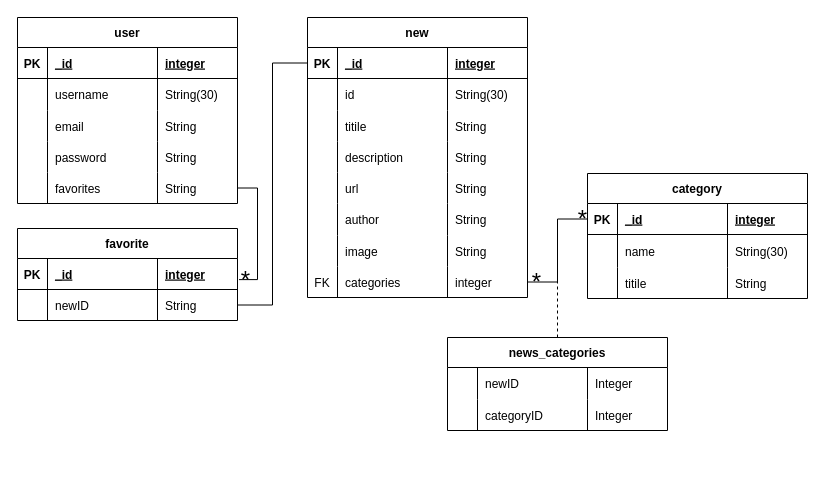
This is documentation/diagrama/diagrama NewsProject.drawio from Camilo-845/News_Project, a draw.io file, before an edit. Source tidied: cells renumbered, new cells numbered last; positions are measured from the earlier drawing's top-left corner, leaving out a move shared by most shapes. Both pictures are drawn from the tidied source at 100%, with x=0, y=0 at pixel (17, 17).
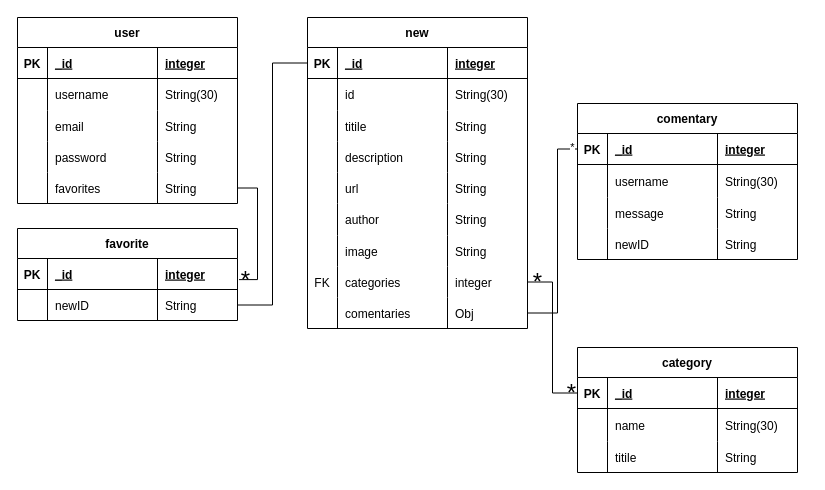
Above is the later version.

What changed in the source:
```diff
@@
     <mxCell id="2" value="new" style="shape=table;startSize=30;childLayout=tableLayout;rowLines=0;fontStyle=1;align=center;" parent="1" vertex="1">
-      <mxGeometry x="290" width="220" height="280" as="geometry" />
+      <mxGeometry x="290" width="220" height="311" as="geometry" />
     </mxCell>
@@
+    <mxCell id="94" style="shape=tableRow;horizontal=0;startSize=0;swimlaneHead=0;swimlaneBody=0;fillColor=none;points=[[0,0.5],[1,0.5]];portConstraint=eastwest;top=0;left=0;right=0;bottom=0;" parent="2" vertex="1">
+      <mxGeometry y="280" width="220" height="31" as="geometry" />
+    </mxCell>
+    <mxCell id="95" style="shape=partialRectangle;fillColor=none;top=0;left=0;bottom=0;right=0;overflow=hidden;" parent="94" vertex="1">
+      <mxGeometry width="30" height="31" as="geometry" />
+    </mxCell>
+    <mxCell id="96" value="comentaries" style="shape=partialRectangle;fillColor=none;top=0;left=0;bottom=0;right=0;align=left;spacingLeft=6;overflow=hidden;" parent="94" vertex="1">
+      <mxGeometry x="30" width="110" height="31" as="geometry" />
+    </mxCell>
+    <mxCell id="97" value="Obj" style="shape=partialRectangle;fillColor=none;top=0;left=0;bottom=0;right=0;align=left;spacingLeft=6;overflow=hidden;" parent="94" vertex="1">
+      <mxGeometry x="140" width="80" height="31" as="geometry" />
+    </mxCell>
     <mxCell id="35" value="category" style="shape=table;startSize=30;childLayout=tableLayout;rowLines=0;fontStyle=1;align=center;" parent="1" vertex="1">
-      <mxGeometry x="570" y="156" width="220" height="125" as="geometry" />
+      <mxGeometry x="560" y="330" width="220" height="125" as="geometry" />
     </mxCell>
@@
-    <mxCell id="48" style="edgeStyle=orthogonalEdgeStyle;rounded=0;jettySize=auto;html=1;exitX=0.5;exitY=0;exitDx=0;exitDy=0;fontSize=24;endArrow=none;endFill=0;dashed=1;" parent="1" edge="1" source="49">
-      <mxGeometry relative="1" as="geometry">
-        <mxPoint x="540" y="260" as="targetPoint" />
-      </mxGeometry>
-    </mxCell>
-    <mxCell id="49" value="news_categories" style="shape=table;startSize=30;childLayout=tableLayout;rowLines=0;fontStyle=1;align=center;" parent="1" vertex="1">
-      <mxGeometry x="430" y="320" width="220" height="93" as="geometry" />
-    </mxCell>
-    <mxCell id="50" style="shape=tableRow;horizontal=0;startSize=0;swimlaneHead=0;swimlaneBody=0;fillColor=none;top=0;left=0;right=0;bottom=0;" parent="49" vertex="1">
-      <mxGeometry y="30" width="220" height="32" as="geometry" />
-    </mxCell>
-    <mxCell id="51" style="shape=partialRectangle;fillColor=none;top=0;left=0;bottom=0;right=0;overflow=hidden;" parent="50" vertex="1">
-      <mxGeometry width="30" height="32" as="geometry" />
-    </mxCell>
-    <mxCell id="52" value="newID" style="shape=partialRectangle;fillColor=none;top=0;left=0;bottom=0;right=0;align=left;spacingLeft=6;overflow=hidden;" parent="50" vertex="1">
-      <mxGeometry x="30" width="110" height="32" as="geometry" />
-    </mxCell>
-    <mxCell id="53" value="Integer" style="shape=partialRectangle;fillColor=none;top=0;left=0;bottom=0;right=0;align=left;spacingLeft=6;overflow=hidden;" parent="50" vertex="1">
-      <mxGeometry x="140" width="80" height="32" as="geometry" />
-    </mxCell>
-    <mxCell id="54" style="shape=tableRow;horizontal=0;startSize=0;swimlaneHead=0;swimlaneBody=0;fillColor=none;top=0;left=0;right=0;bottom=0;" parent="49" vertex="1">
-      <mxGeometry y="62" width="220" height="31" as="geometry" />
-    </mxCell>
-    <mxCell id="55" style="shape=partialRectangle;fillColor=none;top=0;left=0;bottom=0;right=0;overflow=hidden;" parent="54" vertex="1">
-      <mxGeometry width="30" height="31" as="geometry" />
-    </mxCell>
-    <mxCell id="56" value="categoryID" style="shape=partialRectangle;fillColor=none;top=0;left=0;bottom=0;right=0;align=left;spacingLeft=6;overflow=hidden;" parent="54" vertex="1">
-      <mxGeometry x="30" width="110" height="31" as="geometry" />
-    </mxCell>
-    <mxCell id="57" value="Integer" style="shape=partialRectangle;fillColor=none;top=0;left=0;bottom=0;right=0;align=left;spacingLeft=6;overflow=hidden;" parent="54" vertex="1">
-      <mxGeometry x="140" width="80" height="31" as="geometry" />
-    </mxCell>
@@
+    <mxCell id="98" value="comentary" style="shape=table;startSize=30;childLayout=tableLayout;rowLines=0;fontStyle=1;align=center;" parent="1" vertex="1">
+      <mxGeometry x="560" y="86" width="220" height="156" as="geometry" />
+    </mxCell>
+    <mxCell id="99" style="shape=tableRow;horizontal=0;startSize=0;swimlaneHead=0;swimlaneBody=0;fillColor=none;points=[[0,0.5],[1,0.5]];portConstraint=eastwest;top=0;left=0;right=0;bottom=1;" parent="98" vertex="1">
+      <mxGeometry y="30" width="220" height="31" as="geometry" />
+    </mxCell>
+    <mxCell id="100" value="PK" style="shape=partialRectangle;fillColor=none;top=0;left=0;bottom=0;right=0;fontStyle=1;overflow=hidden;" parent="99" vertex="1">
+      <mxGeometry width="30" height="31" as="geometry" />
+    </mxCell>
+    <mxCell id="101" value="_id" style="shape=partialRectangle;fillColor=none;top=0;left=0;bottom=0;right=0;align=left;spacingLeft=6;fontStyle=5;overflow=hidden;" parent="99" vertex="1">
+      <mxGeometry x="30" width="110" height="31" as="geometry" />
+    </mxCell>
+    <mxCell id="102" value="integer" style="shape=partialRectangle;fillColor=none;top=0;left=0;bottom=0;right=0;align=left;spacingLeft=6;fontStyle=5;overflow=hidden;" parent="99" vertex="1">
+      <mxGeometry x="140" width="80" height="31" as="geometry" />
+    </mxCell>
+    <mxCell id="103" style="shape=tableRow;horizontal=0;startSize=0;swimlaneHead=0;swimlaneBody=0;fillColor=none;top=0;left=0;right=0;bottom=0;" parent="98" vertex="1">
+      <mxGeometry y="61" width="220" height="33" as="geometry" />
+    </mxCell>
+    <mxCell id="104" style="shape=partialRectangle;fillColor=none;top=0;left=0;bottom=0;right=0;overflow=hidden;" parent="103" vertex="1">
+      <mxGeometry width="30" height="33" as="geometry" />
+    </mxCell>
+    <mxCell id="105" value="username" style="shape=partialRectangle;fillColor=none;top=0;left=0;bottom=0;right=0;align=left;spacingLeft=6;overflow=hidden;" parent="103" vertex="1">
+      <mxGeometry x="30" width="110" height="33" as="geometry" />
+    </mxCell>
+    <mxCell id="106" value="String(30)" style="shape=partialRectangle;fillColor=none;top=0;left=0;bottom=0;right=0;align=left;spacingLeft=6;overflow=hidden;" parent="103" vertex="1">
+      <mxGeometry x="140" width="80" height="33" as="geometry" />
+    </mxCell>
+    <mxCell id="107" style="shape=tableRow;horizontal=0;startSize=0;swimlaneHead=0;swimlaneBody=0;fillColor=none;top=0;left=0;right=0;bottom=0;" parent="98" vertex="1">
+      <mxGeometry y="94" width="220" height="31" as="geometry" />
+    </mxCell>
+    <mxCell id="108" style="shape=partialRectangle;fillColor=none;top=0;left=0;bottom=0;right=0;overflow=hidden;" parent="107" vertex="1">
+      <mxGeometry width="30" height="31" as="geometry" />
+    </mxCell>
+    <mxCell id="109" value="message" style="shape=partialRectangle;fillColor=none;top=0;left=0;bottom=0;right=0;align=left;spacingLeft=6;overflow=hidden;" parent="107" vertex="1">
+      <mxGeometry x="30" width="110" height="31" as="geometry" />
+    </mxCell>
+    <mxCell id="110" value="String" style="shape=partialRectangle;fillColor=none;top=0;left=0;bottom=0;right=0;align=left;spacingLeft=6;overflow=hidden;" parent="107" vertex="1">
+      <mxGeometry x="140" width="80" height="31" as="geometry" />
+    </mxCell>
+    <mxCell id="111" style="shape=tableRow;horizontal=0;startSize=0;swimlaneHead=0;swimlaneBody=0;fillColor=none;top=0;left=0;right=0;bottom=0;" parent="98" vertex="1">
+      <mxGeometry y="125" width="220" height="31" as="geometry" />
+    </mxCell>
+    <mxCell id="112" style="shape=partialRectangle;fillColor=none;top=0;left=0;bottom=0;right=0;overflow=hidden;" parent="111" vertex="1">
+      <mxGeometry width="30" height="31" as="geometry" />
+    </mxCell>
+    <mxCell id="52" value="newID" style="shape=partialRectangle;fillColor=none;top=0;left=0;bottom=0;right=0;align=left;spacingLeft=6;overflow=hidden;" parent="111" vertex="1">
+      <mxGeometry x="30" width="110" height="31" as="geometry" />
+    </mxCell>
+    <mxCell id="113" value="String" style="shape=partialRectangle;fillColor=none;top=0;left=0;bottom=0;right=0;align=left;spacingLeft=6;overflow=hidden;" parent="111" vertex="1">
+      <mxGeometry x="140" width="80" height="31" as="geometry" />
+    </mxCell>
+    <mxCell id="114" style="edgeStyle=orthogonalEdgeStyle;rounded=0;jettySize=auto;html=1;exitX=1;exitY=0.5;exitDx=0;exitDy=0;entryX=0;entryY=0.5;entryDx=0;entryDy=0;endArrow=none;endFill=0;" parent="1" edge="1" source="94" target="99">
+      <mxGeometry relative="1" as="geometry">
+        <Array as="points">
+          <mxPoint x="540" y="296" />
+          <mxPoint x="540" y="132" />
+        </Array>
+      </mxGeometry>
+    </mxCell>
+    <mxCell id="115" value="*" style="edgeLabel;html=1;align=center;verticalAlign=middle;" parent="114" vertex="1">
+      <mxGeometry x="0.94" y="2" relative="1" as="geometry" />
+    </mxCell>
```
